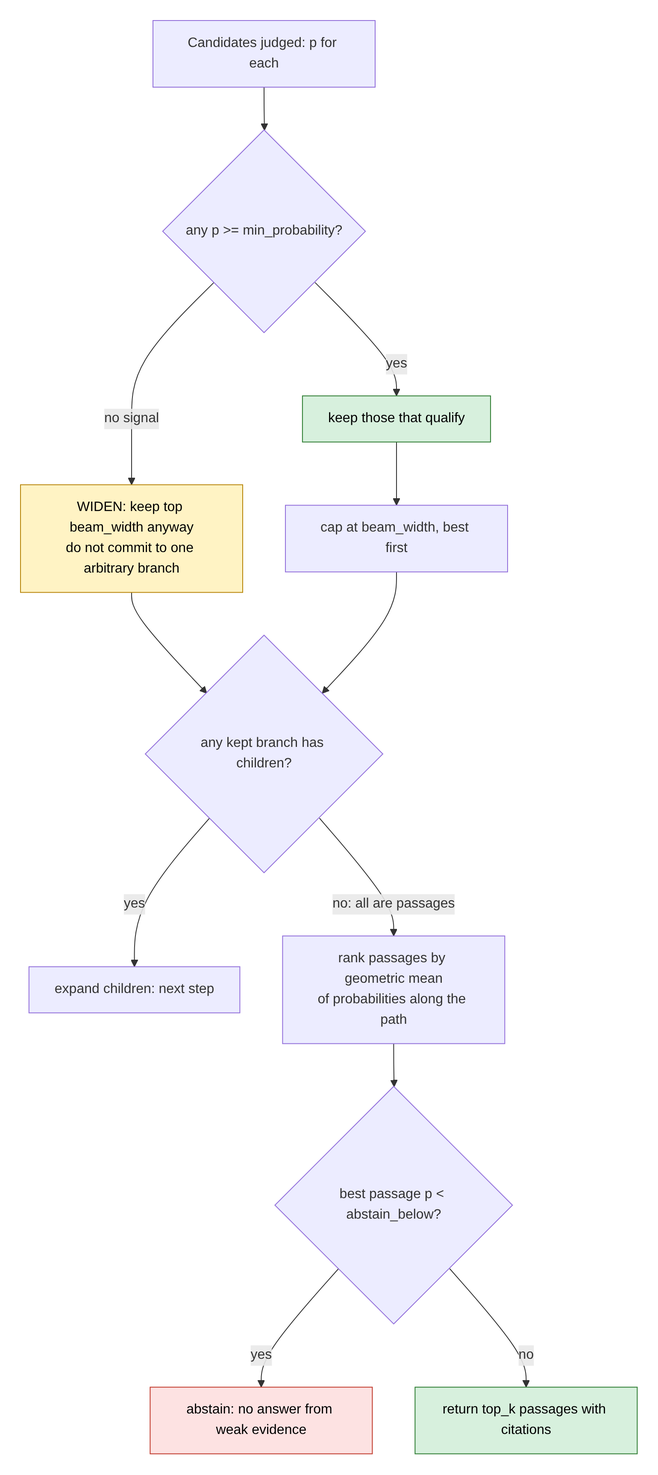
Above: agents/decision_rag/docs/images/07-pruning-rules.png in biswajitNanda223/AgentVerse (Mermaid), before the change. Its source is kept beside it as agents/decision_rag/docs/diagrams/07-pruning-rules.mmd. Source of this version:
```mermaid
flowchart TD
  Start["Candidates judged: p for each"] --> Any{"any p >= min_probability?"}
  Any -->|"yes"| KeepQ["keep those that qualify"]
  Any -->|"no signal"| Widen["WIDEN: keep top beam_width anyway<br/>do not commit to one arbitrary branch"]
  KeepQ --> Cap["cap at beam_width, best first"]
  Widen --> Next
  Cap --> Next{"any kept branch has children?"}
  Next -->|"yes"| Down["expand children: next step"]
  Next -->|"no: all are passages"| Rank["rank passages by geometric mean<br/>of probabilities along the path"]
  Rank --> Abst{"best passage p < abstain_below?"}
  Abst -->|"yes"| No["abstain: no answer from weak evidence"]
  Abst -->|"no"| Yes["return top_k passages with citations"]
  classDef ok fill:#d7f0dd,stroke:#2e7d32,color:#000
  classDef bad fill:#fde2e2,stroke:#c0392b,color:#000
  classDef mid fill:#fff3c4,stroke:#b8860b,color:#000
  class Yes,KeepQ ok
  class No bad
  class Widen mid
```
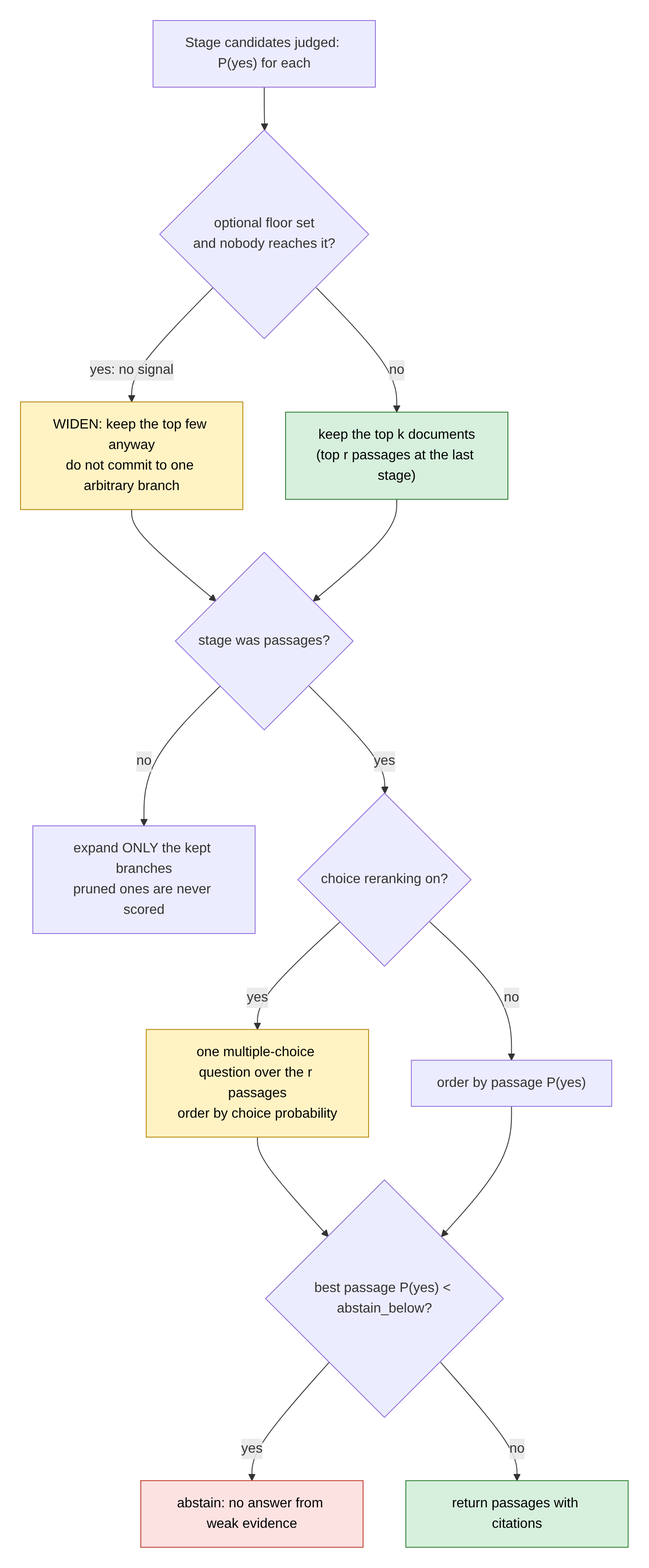
Above is the later version.

The edit, as a diff of the source:
```diff
@@ -1,18 +1,20 @@
 flowchart TD
-  Start["Candidates judged: p for each"] --> Any{"any p >= min_probability?"}
-  Any -->|"yes"| KeepQ["keep those that qualify"]
-  Any -->|"no signal"| Widen["WIDEN: keep top beam_width anyway<br/>do not commit to one arbitrary branch"]
-  KeepQ --> Cap["cap at beam_width, best first"]
+  Start["Stage candidates judged: P(yes) for each"] --> Floor{"optional floor set<br/>and nobody reaches it?"}
+  Floor -->|"yes: no signal"| Widen["WIDEN: keep the top few anyway<br/>do not commit to one arbitrary branch"]
+  Floor -->|"no"| Top["keep the top k documents<br/>(top r passages at the last stage)"]
   Widen --> Next
-  Cap --> Next{"any kept branch has children?"}
-  Next -->|"yes"| Down["expand children: next step"]
-  Next -->|"no: all are passages"| Rank["rank passages by geometric mean<br/>of probabilities along the path"]
-  Rank --> Abst{"best passage p < abstain_below?"}
+  Top --> Next{"stage was passages?"}
+  Next -->|"no"| Down["expand ONLY the kept branches<br/>pruned ones are never scored"]
+  Next -->|"yes"| Rerank{"choice reranking on?"}
+  Rerank -->|"yes"| Choose["one multiple-choice question over the r passages<br/>order by choice probability"]
+  Rerank -->|"no"| Order["order by passage P(yes)"]
+  Choose --> Abst
+  Order --> Abst{"best passage P(yes) < abstain_below?"}
   Abst -->|"yes"| No["abstain: no answer from weak evidence"]
-  Abst -->|"no"| Yes["return top_k passages with citations"]
+  Abst -->|"no"| Yes["return passages with citations"]
   classDef ok fill:#d7f0dd,stroke:#2e7d32,color:#000
   classDef bad fill:#fde2e2,stroke:#c0392b,color:#000
   classDef mid fill:#fff3c4,stroke:#b8860b,color:#000
-  class Yes,KeepQ ok
+  class Yes,Top ok
   class No bad
-  class Widen mid
+  class Widen,Choose mid
```
